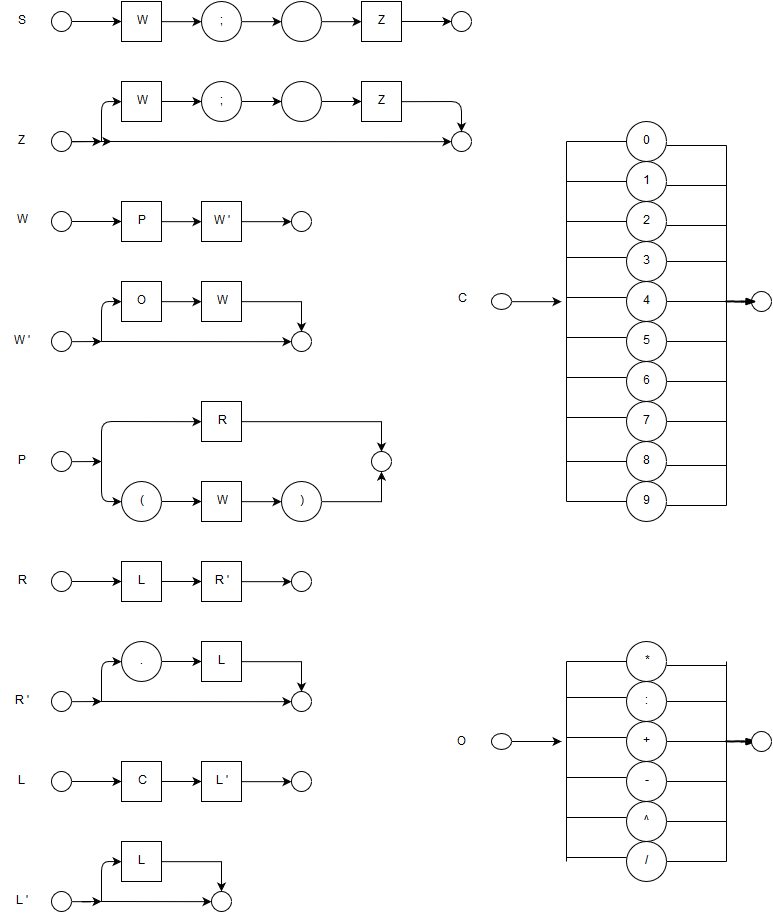
Earlier version of the draw.io export LM-Solution/LM-Grammar6/Untitled Diagram(1).png (180254/LM-Lab). Source tidied: cells renumbered, new cells last; positions are measured from the earlier drawing's top-left corner, leaving out a move shared by most shapes.
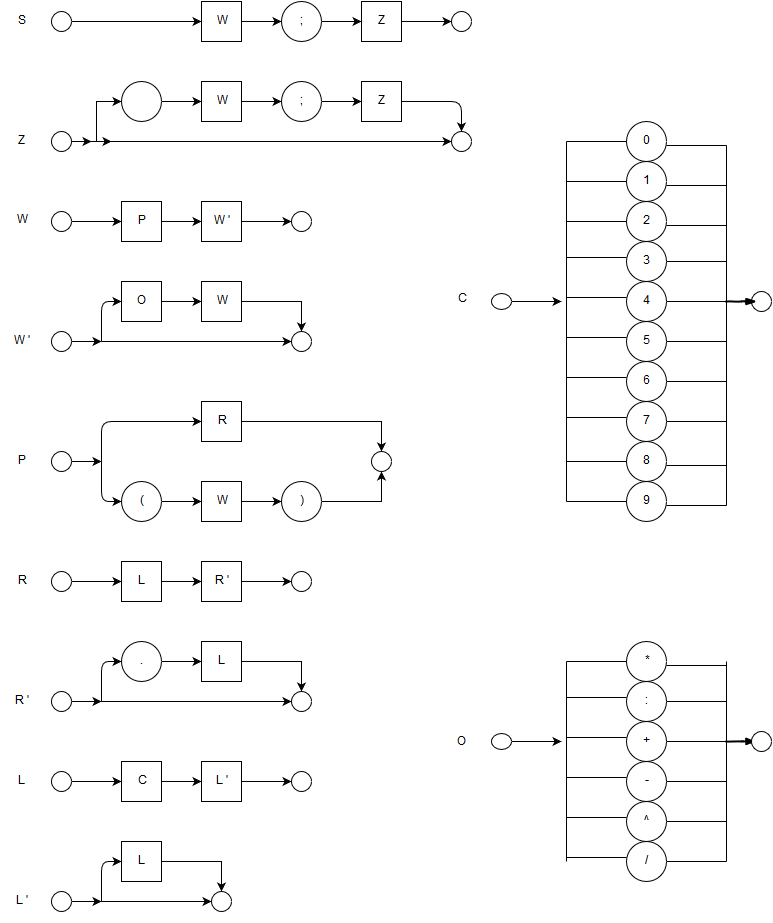
After the change.

Diff of the diagram source:
```diff
@@ -2,29 +2,25 @@
   <root>
     <mxCell id="0" />
     <mxCell id="1" parent="0" />
+    <mxCell id="7" style="edgeStyle=orthogonalEdgeStyle;rounded=0;html=1;entryX=0;entryY=0.5;jettySize=auto;" parent="1" edge="1" source="2" target="3">
+      <mxGeometry relative="1" as="geometry" />
+    </mxCell>
     <mxCell id="2" value="W" style="whiteSpace=wrap;html=1;" parent="1" vertex="1">
-      <mxGeometry x="120" width="40" height="40" as="geometry" />
+      <mxGeometry x="200" width="40" height="40" as="geometry" />
     </mxCell>
     <mxCell id="3" value=";" style="ellipse;whiteSpace=wrap;html=1;" parent="1" vertex="1">
-      <mxGeometry x="200" width="40" height="40" as="geometry" />
+      <mxGeometry x="280" width="40" height="40" as="geometry" />
     </mxCell>
-    <mxCell id="4" style="ellipse;whiteSpace=wrap;html=1;" parent="1" vertex="1">
-      <mxGeometry x="280" width="40" height="40" as="geometry" />
-    </mxCell>
     <mxCell id="5" style="edgeStyle=orthogonalEdgeStyle;rounded=0;html=1;jettySize=auto;" parent="1" edge="1" source="6" target="12">
       <mxGeometry relative="1" as="geometry" />
     </mxCell>
     <mxCell id="6" value="Z&lt;br&gt;" style="whiteSpace=wrap;html=1;" parent="1" vertex="1">
       <mxGeometry x="360" width="40" height="40" as="geometry" />
     </mxCell>
-    <mxCell id="7" style="endArrow=classic;html=1;exitX=1;exitY=0.5;entryX=0;entryY=0.5;" parent="1" edge="1" source="2" target="3">
-      <mxGeometry relative="1" as="geometry" />
-    </mxCell>
-    <mxCell id="8" style="endArrow=classic;html=1;exitX=1;exitY=0.5;entryX=0;entryY=0.5;" parent="1" edge="1" source="3" target="4">
-      <mxGeometry relative="1" as="geometry" />
-    </mxCell>
-    <mxCell id="9" style="endArrow=classic;html=1;exitX=1;exitY=0.5;entryX=0;entryY=0.5;" parent="1" edge="1" source="4" target="6">
-      <mxGeometry relative="1" as="geometry" />
+    <mxCell id="9" style="endArrow=classic;html=1;exitX=1;exitY=0.5;entryX=0;entryY=0.5;" parent="1" edge="1" target="6">
+      <mxGeometry relative="1" as="geometry">
+        <mxPoint x="320" y="20" as="sourcePoint" />
+      </mxGeometry>
     </mxCell>
     <mxCell id="10" style="edgeStyle=orthogonalEdgeStyle;rounded=0;html=1;jettySize=auto;" parent="1" edge="1" source="11" target="2">
       <mxGeometry relative="1" as="geometry" />
@@ -38,26 +34,29 @@
     <mxCell id="13" value="S" style="text;html=1;strokeColor=none;fillColor=none;align=center;verticalAlign=middle;whiteSpace=wrap;overflow=hidden;" parent="1" vertex="1">
       <mxGeometry y="10" width="40" height="20" as="geometry" />
     </mxCell>
+    <mxCell id="157" style="edgeStyle=orthogonalEdgeStyle;rounded=0;html=1;entryX=0;entryY=0.5;jettySize=auto;" parent="1" edge="1" source="14" target="20">
+      <mxGeometry relative="1" as="geometry" />
+    </mxCell>
     <mxCell id="14" style="ellipse;whiteSpace=wrap;html=1;" parent="1" vertex="1">
       <mxGeometry x="50" y="130" width="20" height="20" as="geometry" />
     </mxCell>
-    <mxCell id="15" style="edgeStyle=orthogonalEdgeStyle;rounded=0;html=1;jettySize=auto;" parent="1" edge="1" source="16" target="18">
+    <mxCell id="15" style="edgeStyle=orthogonalEdgeStyle;rounded=0;html=1;entryX=0;entryY=0.5;jettySize=auto;" parent="1" edge="1" source="16" target="18">
       <mxGeometry relative="1" as="geometry" />
     </mxCell>
     <mxCell id="16" value="W" style="whiteSpace=wrap;html=1;" parent="1" vertex="1">
-      <mxGeometry x="120" y="80" width="40" height="40" as="geometry" />
+      <mxGeometry x="200" y="80" width="40" height="40" as="geometry" />
     </mxCell>
-    <mxCell id="17" style="edgeStyle=orthogonalEdgeStyle;rounded=0;html=1;jettySize=auto;" parent="1" edge="1" source="18" target="20">
-      <mxGeometry relative="1" as="geometry" />
-    </mxCell>
+    <mxCell id="158" style="edgeStyle=orthogonalEdgeStyle;rounded=0;html=1;entryX=0;entryY=0.5;jettySize=auto;" parent="1" edge="1" source="18" target="21">
+      <mxGeometry relative="1" as="geometry" />
+    </mxCell>
     <mxCell id="18" value=";" style="ellipse;whiteSpace=wrap;html=1;" parent="1" vertex="1">
-      <mxGeometry x="200" y="80" width="40" height="40" as="geometry" />
+      <mxGeometry x="280" y="80" width="40" height="40" as="geometry" />
     </mxCell>
-    <mxCell id="19" style="edgeStyle=orthogonalEdgeStyle;rounded=0;html=1;jettySize=auto;" parent="1" edge="1" source="20" target="21">
-      <mxGeometry relative="1" as="geometry" />
-    </mxCell>
+    <mxCell id="159" style="edgeStyle=orthogonalEdgeStyle;rounded=0;html=1;entryX=0;entryY=0.5;jettySize=auto;" parent="1" edge="1" source="20" target="16">
+      <mxGeometry relative="1" as="geometry" />
+    </mxCell>
     <mxCell id="20" style="ellipse;whiteSpace=wrap;html=1;" parent="1" vertex="1">
-      <mxGeometry x="280" y="80" width="40" height="40" as="geometry" />
+      <mxGeometry x="120" y="80" width="40" height="40" as="geometry" />
     </mxCell>
     <mxCell id="21" value="Z&lt;br&gt;" style="whiteSpace=wrap;html=1;" parent="1" vertex="1">
       <mxGeometry x="360" y="80" width="40" height="40" as="geometry" />
@@ -77,14 +76,6 @@
         <mxPoint x="100" y="140" as="sourcePoint" />
       </mxGeometry>
     </mxCell>
-    <mxCell id="25" style="endArrow=classic;html=1;entryX=0;entryY=0.5;" parent="1" edge="1" target="16">
-      <mxGeometry relative="1" as="geometry">
-        <mxPoint x="100" y="140" as="sourcePoint" />
-        <Array as="points">
-          <mxPoint x="100" y="100" />
-        </Array>
-      </mxGeometry>
-    </mxCell>
     <mxCell id="26" style="endArrow=classic;html=1;exitX=1;exitY=0.5;" parent="1" edge="1" source="14">
       <mxGeometry relative="1" as="geometry">
         <mxPoint x="110" y="140" as="targetPoint" />
@@ -92,7 +83,7 @@
     </mxCell>
     <mxCell id="27" style="endArrow=classic;html=1;exitX=1;exitY=0.5;" parent="1" edge="1" source="14">
       <mxGeometry relative="1" as="geometry">
-        <mxPoint x="100" y="140" as="targetPoint" />
+        <mxPoint x="90" y="140" as="targetPoint" />
       </mxGeometry>
     </mxCell>
     <mxCell id="28" value="Z" style="text;html=1;strokeColor=none;fillColor=none;align=center;verticalAlign=middle;whiteSpace=wrap;overflow=hidden;" parent="1" vertex="1">
```
